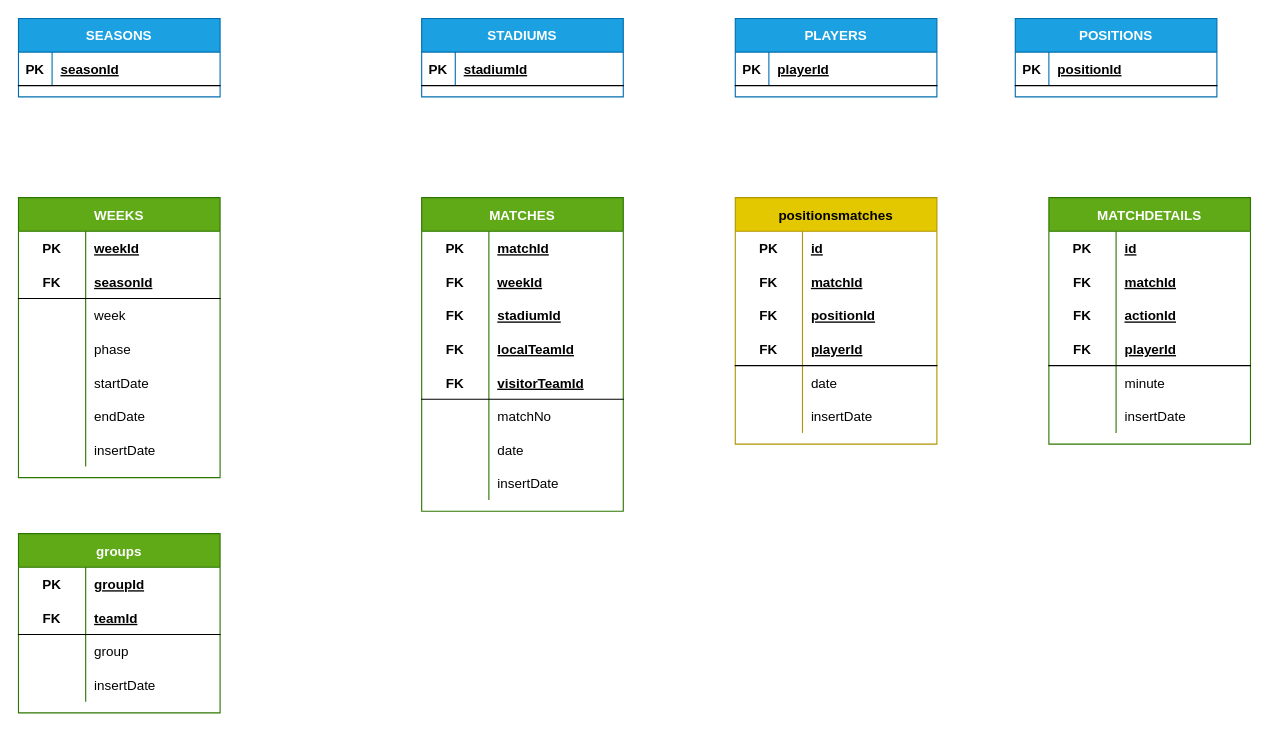
Above: page "conceptual" (1 of 3) of qatar2022.drawio in r3card0/WorldCup2022 (draw.io), before the change. Source tidied: cells renumbered, new cells numbered last; positions are measured from the earlier drawing's top-left corner, leaving out a move shared by most shapes. Both pictures are drawn from the tidied source at 112%, with x=0, y=0 at pixel (18, 18).
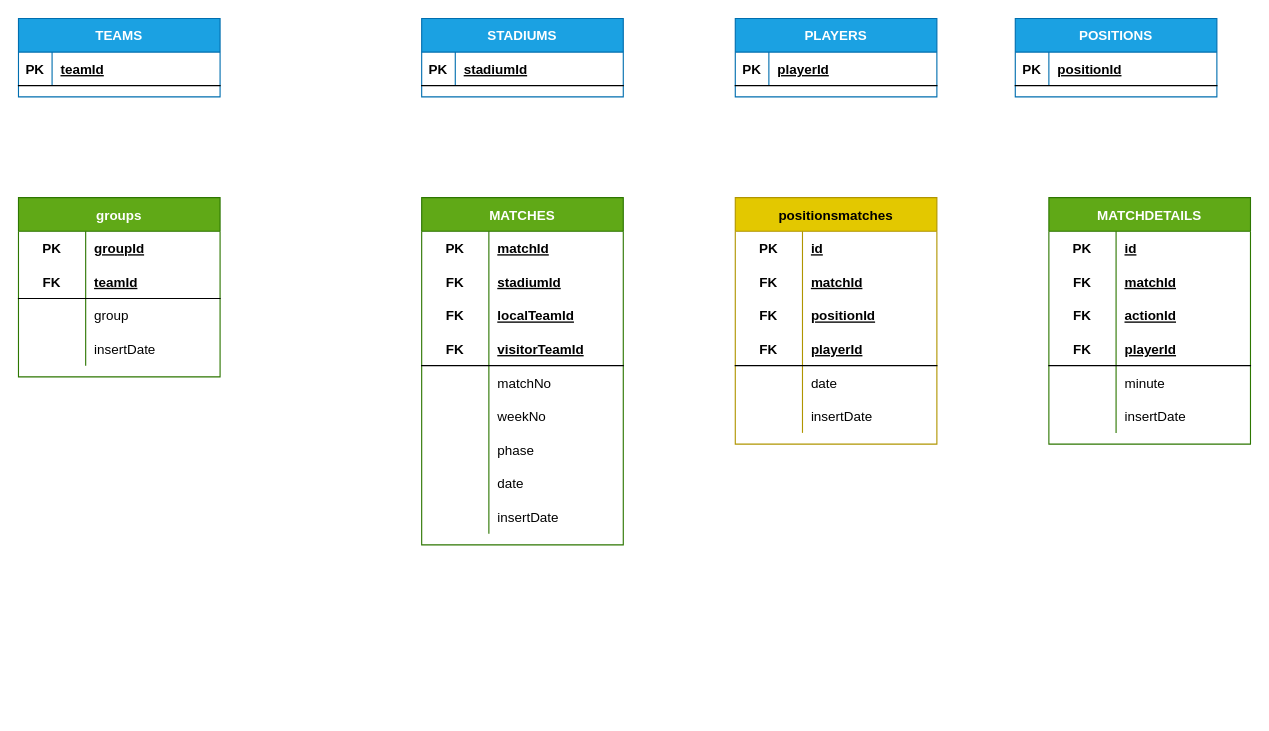
After the change.

Unchanged cells that the change refers to:
```xml
<mxCell id="50" style="shape=partialRectangle;fillColor=none;top=0;left=0;bottom=1;right=0;" parent="49" vertex="1">
  <mxGeometry y="30" width="180" height="30" as="geometry" />
</mxCell>
```

The edit, as a diff of the source:
```diff
@@
-    <mxCell id="2" value="WEEKS" style="shape=table;startSize=30;childLayout=tableLayout;rowLines=0;fontStyle=1;align=center;fillColor=#60a917;fontColor=#ffffff;strokeColor=#2D7600;" parent="1" vertex="1">
-      <mxGeometry y="160" width="180" height="250" as="geometry" />
-    </mxCell>
-    <mxCell id="3" style="shape=partialRectangle;fillColor=none;top=0;left=0;bottom=0;right=0;" parent="2" vertex="1">
-      <mxGeometry y="30" width="180" height="30" as="geometry" />
-    </mxCell>
-    <mxCell id="4" value="PK" style="shape=partialRectangle;fillColor=none;top=0;left=0;bottom=0;right=0;fontStyle=1;overflow=hidden;" parent="3" vertex="1">
-      <mxGeometry width="60" height="30" as="geometry" />
-    </mxCell>
-    <mxCell id="5" value="weekId" style="shape=partialRectangle;fillColor=none;top=0;left=0;bottom=0;right=0;align=left;spacingLeft=6;fontStyle=5;overflow=hidden;" parent="3" vertex="1">
-      <mxGeometry x="60" width="120" height="30" as="geometry" />
-    </mxCell>
-    <mxCell id="6" style="shape=partialRectangle;fillColor=none;top=0;left=0;bottom=1;right=0;" parent="2" vertex="1">
-      <mxGeometry y="60" width="180" height="30" as="geometry" />
-    </mxCell>
-    <mxCell id="7" value="FK" style="shape=partialRectangle;fillColor=none;top=0;left=0;bottom=0;right=0;fontStyle=1;overflow=hidden;" parent="6" vertex="1">
-      <mxGeometry width="60" height="30" as="geometry" />
-    </mxCell>
-    <mxCell id="8" value="seasonId" style="shape=partialRectangle;fillColor=none;top=0;left=0;bottom=0;right=0;align=left;spacingLeft=6;fontStyle=5;overflow=hidden;" parent="6" vertex="1">
-      <mxGeometry x="60" width="120" height="30" as="geometry" />
-    </mxCell>
-    <mxCell id="9" style="shape=partialRectangle;fillColor=none;top=0;left=0;bottom=0;right=0;" parent="2" vertex="1">
-      <mxGeometry y="90" width="180" height="30" as="geometry" />
-    </mxCell>
-    <mxCell id="10" style="shape=partialRectangle;fillColor=none;top=0;left=0;bottom=0;right=0;overflow=hidden;" parent="9" vertex="1">
-      <mxGeometry width="60" height="30" as="geometry" />
-    </mxCell>
-    <mxCell id="11" value="week" style="shape=partialRectangle;fillColor=none;top=0;left=0;bottom=0;right=0;align=left;spacingLeft=6;overflow=hidden;" parent="9" vertex="1">
-      <mxGeometry x="60" width="120" height="30" as="geometry" />
-    </mxCell>
-    <mxCell id="12" style="shape=partialRectangle;fillColor=none;top=0;left=0;bottom=0;right=0;" parent="2" vertex="1">
-      <mxGeometry y="120" width="180" height="30" as="geometry" />
-    </mxCell>
-    <mxCell id="13" style="shape=partialRectangle;fillColor=none;top=0;left=0;bottom=0;right=0;overflow=hidden;" parent="12" vertex="1">
-      <mxGeometry width="60" height="30" as="geometry" />
-    </mxCell>
-    <mxCell id="14" value="phase" style="shape=partialRectangle;fillColor=none;top=0;left=0;bottom=0;right=0;align=left;spacingLeft=6;overflow=hidden;" parent="12" vertex="1">
-      <mxGeometry x="60" width="120" height="30" as="geometry" />
-    </mxCell>
-    <mxCell id="15" style="shape=partialRectangle;fillColor=none;top=0;left=0;bottom=0;right=0;" parent="2" vertex="1">
-      <mxGeometry y="150" width="180" height="30" as="geometry" />
-    </mxCell>
-    <mxCell id="16" style="shape=partialRectangle;fillColor=none;top=0;left=0;bottom=0;right=0;overflow=hidden;" parent="15" vertex="1">
-      <mxGeometry width="60" height="30" as="geometry" />
-    </mxCell>
-    <mxCell id="17" value="startDate" style="shape=partialRectangle;fillColor=none;top=0;left=0;bottom=0;right=0;align=left;spacingLeft=6;overflow=hidden;" parent="15" vertex="1">
-      <mxGeometry x="60" width="120" height="30" as="geometry" />
-    </mxCell>
-    <mxCell id="18" style="shape=partialRectangle;fillColor=none;top=0;left=0;bottom=0;right=0;" parent="2" vertex="1">
-      <mxGeometry y="180" width="180" height="30" as="geometry" />
-    </mxCell>
-    <mxCell id="19" style="shape=partialRectangle;fillColor=none;top=0;left=0;bottom=0;right=0;overflow=hidden;" parent="18" vertex="1">
-      <mxGeometry width="60" height="30" as="geometry" />
-    </mxCell>
-    <mxCell id="20" value="endDate" style="shape=partialRectangle;fillColor=none;top=0;left=0;bottom=0;right=0;align=left;spacingLeft=6;overflow=hidden;" parent="18" vertex="1">
-      <mxGeometry x="60" width="120" height="30" as="geometry" />
-    </mxCell>
-    <mxCell id="21" style="shape=partialRectangle;fillColor=none;top=0;left=0;bottom=0;right=0;" parent="2" vertex="1">
-      <mxGeometry y="210" width="180" height="30" as="geometry" />
-    </mxCell>
-    <mxCell id="22" style="shape=partialRectangle;fillColor=none;top=0;left=0;bottom=0;right=0;overflow=hidden;" parent="21" vertex="1">
-      <mxGeometry width="60" height="30" as="geometry" />
-    </mxCell>
-    <mxCell id="23" value="insertDate" style="shape=partialRectangle;fillColor=none;top=0;left=0;bottom=0;right=0;align=left;spacingLeft=6;overflow=hidden;" parent="21" vertex="1">
-      <mxGeometry x="60" width="120" height="30" as="geometry" />
-    </mxCell>
     <mxCell id="24" value="MATCHES" style="shape=table;startSize=30;childLayout=tableLayout;rowLines=0;fontStyle=1;align=center;fillColor=#60a917;fontColor=#ffffff;strokeColor=#2D7600;" parent="1" vertex="1">
-      <mxGeometry x="360" y="160" width="180" height="280" as="geometry" />
+      <mxGeometry x="360" y="160" width="180" height="310" as="geometry" />
     </mxCell>
@@
-    <mxCell id="28" style="shape=partialRectangle;fillColor=none;top=0;left=0;bottom=0;right=0;" parent="24" vertex="1">
-      <mxGeometry y="60" width="180" height="30" as="geometry" />
-    </mxCell>
-    <mxCell id="29" value="FK" style="shape=partialRectangle;fillColor=none;top=0;left=0;bottom=0;right=0;fontStyle=1;overflow=hidden;" parent="28" vertex="1">
-      <mxGeometry width="60" height="30" as="geometry" />
-    </mxCell>
-    <mxCell id="30" value="weekId" style="shape=partialRectangle;fillColor=none;top=0;left=0;bottom=0;right=0;align=left;spacingLeft=6;fontStyle=5;overflow=hidden;" parent="28" vertex="1">
-      <mxGeometry x="60" width="120" height="30" as="geometry" />
-    </mxCell>
     <mxCell id="31" style="shape=partialRectangle;fillColor=none;top=0;left=0;bottom=0;right=0;" parent="24" vertex="1">
-      <mxGeometry y="90" width="180" height="30" as="geometry" />
+      <mxGeometry y="60" width="180" height="30" as="geometry" />
     </mxCell>
@@
     <mxCell id="34" style="shape=partialRectangle;fillColor=none;top=0;left=0;bottom=0;right=0;" parent="24" vertex="1">
-      <mxGeometry y="120" width="180" height="30" as="geometry" />
+      <mxGeometry y="90" width="180" height="30" as="geometry" />
     </mxCell>
@@
     <mxCell id="37" style="shape=partialRectangle;fillColor=none;top=0;left=0;bottom=1;right=0;" parent="24" vertex="1">
-      <mxGeometry y="150" width="180" height="30" as="geometry" />
+      <mxGeometry y="120" width="180" height="30" as="geometry" />
     </mxCell>
@@
     <mxCell id="40" style="shape=partialRectangle;fillColor=none;top=0;left=0;bottom=0;right=0;" parent="24" vertex="1">
-      <mxGeometry y="180" width="180" height="30" as="geometry" />
+      <mxGeometry y="150" width="180" height="30" as="geometry" />
     </mxCell>
@@
+    <mxCell id="18" style="shape=partialRectangle;fillColor=none;top=0;left=0;bottom=0;right=0;" parent="24" vertex="1">
+      <mxGeometry y="180" width="180" height="30" as="geometry" />
+    </mxCell>
+    <mxCell id="116" style="shape=partialRectangle;fillColor=none;top=0;left=0;bottom=0;right=0;overflow=hidden;" parent="18" vertex="1">
+      <mxGeometry width="60" height="30" as="geometry" />
+    </mxCell>
+    <mxCell id="117" value="weekNo" style="shape=partialRectangle;fillColor=none;top=0;left=0;bottom=0;right=0;align=left;spacingLeft=6;overflow=hidden;" parent="18" vertex="1">
+      <mxGeometry x="60" width="120" height="30" as="geometry" />
+    </mxCell>
+    <mxCell id="21" style="shape=partialRectangle;fillColor=none;top=0;left=0;bottom=0;right=0;" parent="24" vertex="1">
+      <mxGeometry y="210" width="180" height="30" as="geometry" />
+    </mxCell>
+    <mxCell id="118" style="shape=partialRectangle;fillColor=none;top=0;left=0;bottom=0;right=0;overflow=hidden;" parent="21" vertex="1">
+      <mxGeometry width="60" height="30" as="geometry" />
+    </mxCell>
+    <mxCell id="14" value="phase" style="shape=partialRectangle;fillColor=none;top=0;left=0;bottom=0;right=0;align=left;spacingLeft=6;overflow=hidden;" parent="21" vertex="1">
+      <mxGeometry x="60" width="120" height="30" as="geometry" />
+    </mxCell>
     <mxCell id="43" style="shape=partialRectangle;fillColor=none;top=0;left=0;bottom=0;right=0;" parent="24" vertex="1">
-      <mxGeometry y="210" width="180" height="30" as="geometry" />
+      <mxGeometry y="240" width="180" height="30" as="geometry" />
     </mxCell>
@@
     <mxCell id="46" style="shape=partialRectangle;fillColor=none;top=0;left=0;bottom=0;right=0;" parent="24" vertex="1">
-      <mxGeometry y="240" width="180" height="30" as="geometry" />
+      <mxGeometry y="270" width="180" height="30" as="geometry" />
     </mxCell>
@@
-    <mxCell id="49" value="SEASONS" style="shape=table;startSize=30;childLayout=tableLayout;rowLines=0;fontStyle=1;align=center;fillColor=#1ba1e2;fontColor=#ffffff;strokeColor=#006EAF;" parent="1" vertex="1">
+    <mxCell id="49" value="TEAMS" style="shape=table;startSize=30;childLayout=tableLayout;rowLines=0;fontStyle=1;align=center;fillColor=#1ba1e2;fontColor=#ffffff;strokeColor=#006EAF;" parent="1" vertex="1">
       <mxGeometry width="180" height="70" as="geometry" />
     </mxCell>
@@
-    <mxCell id="52" value="seasonId" style="shape=partialRectangle;fillColor=none;top=0;left=0;bottom=0;right=0;align=left;spacingLeft=6;fontStyle=5;overflow=hidden;" parent="50" vertex="1">
+    <mxCell id="52" value="teamId" style="shape=partialRectangle;fillColor=none;top=0;left=0;bottom=0;right=0;align=left;spacingLeft=6;fontStyle=5;overflow=hidden;" parent="50" vertex="1">
       <mxGeometry x="30" width="150" height="30" as="geometry" />
     </mxCell>
@@
     <mxCell id="103" value="groups" style="shape=table;startSize=30;childLayout=tableLayout;rowLines=0;fontStyle=1;align=center;fillColor=#60a917;fontColor=#ffffff;strokeColor=#2D7600;" parent="1" vertex="1">
-      <mxGeometry y="460" width="180" height="160" as="geometry" />
+      <mxGeometry y="160" width="180" height="160" as="geometry" />
     </mxCell>
```
